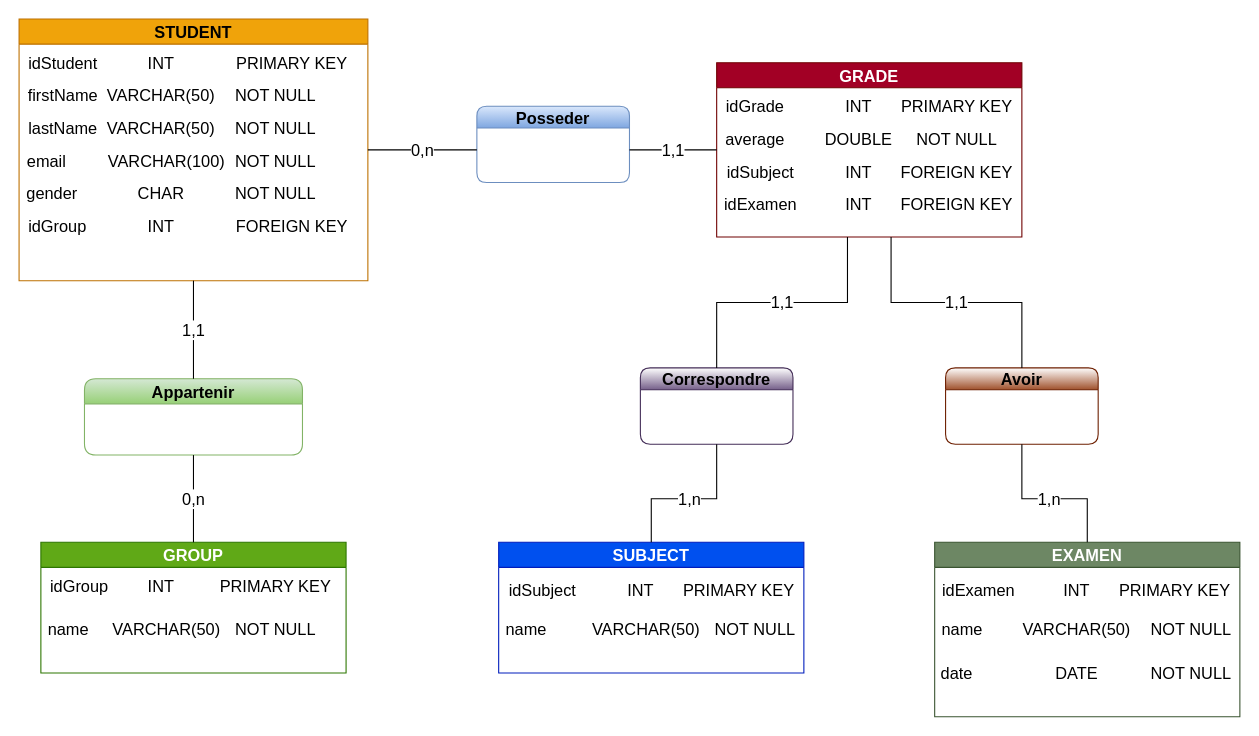
This is image/Base.drawio from Daris02/SpringProject, a draw.io file, before an edit. Source tidied: cells renumbered, new cells numbered last; positions are measured from the earlier drawing's top-left corner, leaving out a move shared by most shapes. Both pictures are drawn from the tidied source at 109%, with x=0, y=0 at pixel (19, 19).
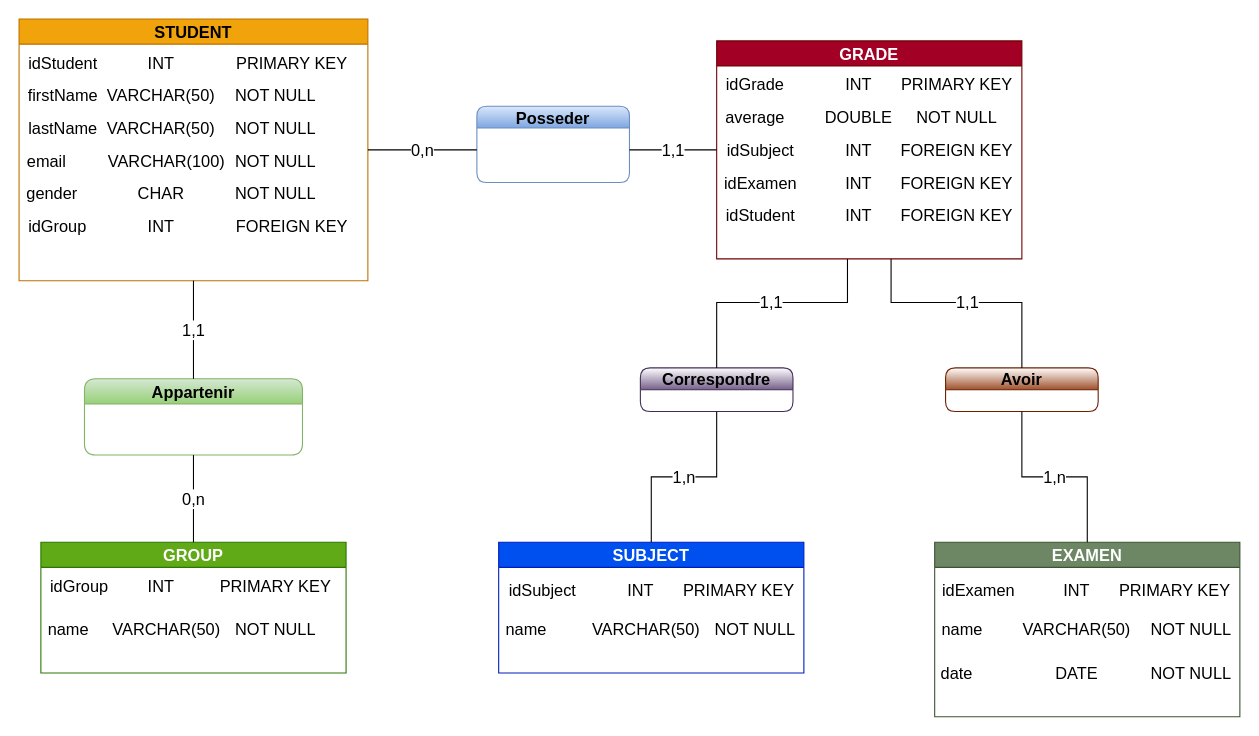
After the change.

The change refers to these unchanged cells:
```xml
<mxCell id="32" value="idSubject" style="text;html=1;align=center;verticalAlign=middle;points=[];strokeColor=none;fillColor=none;fontSize=15;" parent="29" vertex="1">
  <mxGeometry y="90" width="80" height="20" as="geometry" />
</mxCell>
<mxCell id="42" value="SUBJECT" style="swimlane;rounded=0;fontSize=15;fillColor=#0050ef;fontColor=#ffffff;strokeColor=#001DBC;" parent="1" vertex="1">
  <mxGeometry x="440" y="480" width="280" height="120" as="geometry" />
</mxCell>
<mxCell id="49" value="EXAMEN" style="swimlane;rounded=0;fontSize=15;fillColor=#6d8764;fontColor=#ffffff;strokeColor=#3A5431;" parent="1" vertex="1">
  <mxGeometry x="840" y="480" width="280" height="160" as="geometry" />
</mxCell>
```

The edit, as a diff of the source:
```diff
@@
-<mxGraphModel background="#ffffff">
+<mxGraphModel>
@@
     <mxCell id="29" value="GRADE" style="swimlane;rounded=0;fontSize=15;fillColor=#a20025;fontColor=#ffffff;strokeColor=#6F0000;" parent="1" vertex="1">
-      <mxGeometry x="640" y="40" width="280" height="160" as="geometry" />
+      <mxGeometry x="640" y="20" width="280" height="200" as="geometry" />
     </mxCell>
@@
+    <mxCell id="70" value="idStudent" style="text;html=1;align=center;verticalAlign=middle;strokeColor=none;fillColor=none;fontSize=15;" parent="29" vertex="1">
+      <mxGeometry y="150" width="80" height="20" as="geometry" />
+    </mxCell>
+    <mxCell id="71" value="INT" style="text;html=1;align=center;verticalAlign=middle;strokeColor=none;fillColor=none;fontSize=15;" parent="29" vertex="1">
+      <mxGeometry x="110" y="150" width="40" height="20" as="geometry" />
+    </mxCell>
+    <mxCell id="72" value="FOREIGN KEY" style="text;html=1;align=center;verticalAlign=middle;strokeColor=none;fillColor=none;fontSize=15;" parent="29" vertex="1">
+      <mxGeometry x="160" y="150" width="120" height="20" as="geometry" />
+    </mxCell>
@@
     <mxCell id="60" value="Correspondre" style="swimlane;fontSize=15;rounded=1;startSize=20;fillColor=#76608a;strokeColor=#432D57;fontColor=#000000;gradientColor=#ffffff;gradientDirection=north;" parent="1" vertex="1">
-      <mxGeometry x="570" y="320" width="140" height="70" as="geometry" />
+      <mxGeometry x="570" y="320" width="140" height="40" as="geometry" />
     </mxCell>
     <mxCell id="61" value="Avoir" style="swimlane;fontSize=15;rounded=1;startSize=20;fillColor=#a0522d;fontColor=#000000;strokeColor=#6D1F00;gradientColor=#ffffff;gradientDirection=north;" parent="1" vertex="1">
-      <mxGeometry x="850" y="320" width="140" height="70" as="geometry" />
+      <mxGeometry x="850" y="320" width="140" height="40" as="geometry" />
     </mxCell>
-    <mxCell id="62" value="1,1" style="endArrow=none;html=1;fontSize=15;entryX=0;entryY=0.5;entryDx=0;entryDy=0;" parent="1" edge="1" target="29">
+    <mxCell id="62" value="1,1" style="endArrow=none;html=1;fontSize=15;" parent="1" edge="1" target="32">
       <mxGeometry relative="1" as="geometry">
         <mxPoint x="560" y="120" as="sourcePoint" />
       </mxGeometry>
     </mxCell>
@@
-    <mxCell id="66" value="1,n" style="endArrow=none;html=1;fontSize=15;entryX=0.5;entryY=0;entryDx=0;entryDy=0;edgeStyle=orthogonalEdgeStyle;rounded=0;" parent="1" edge="1" target="42">
+    <mxCell id="66" value="1,n" style="endArrow=none;html=1;fontSize=15;entryX=0.5;entryY=0;entryDx=0;entryDy=0;edgeStyle=orthogonalEdgeStyle;rounded=0;exitX=0.5;exitY=1;exitDx=0;exitDy=0;" parent="1" edge="1" source="60" target="42">
       <mxGeometry relative="1" as="geometry">
-        <mxPoint x="640" y="390" as="sourcePoint" />
         <Array as="points">
-          <mxPoint x="640" y="440" />
-          <mxPoint x="580" y="440" />
+          <mxPoint x="640" y="420" />
+          <mxPoint x="580" y="420" />
         </Array>
       </mxGeometry>
     </mxCell>
     <mxCell id="67" value="1,1" style="endArrow=none;html=1;fontSize=15;edgeStyle=orthogonalEdgeStyle;rounded=0;entryX=0.5;entryY=0;entryDx=0;entryDy=0;" parent="1" edge="1" target="60">
       <mxGeometry relative="1" as="geometry">
-        <mxPoint x="760" y="200" as="sourcePoint" />
+        <mxPoint x="760" y="220" as="sourcePoint" />
         <Array as="points">
           <mxPoint x="760" y="260" />
           <mxPoint x="640" y="260" />
         </Array>
       </mxGeometry>
     </mxCell>
     <mxCell id="68" value="1,1" style="endArrow=none;html=1;fontSize=15;entryX=0.5;entryY=0;entryDx=0;entryDy=0;edgeStyle=orthogonalEdgeStyle;rounded=0;" parent="1" edge="1" target="61">
       <mxGeometry relative="1" as="geometry">
-        <mxPoint x="800" y="200" as="sourcePoint" />
+        <mxPoint x="800" y="220" as="sourcePoint" />
         <Array as="points">
           <mxPoint x="800" y="260" />
           <mxPoint x="920" y="260" />
         </Array>
       </mxGeometry>
     </mxCell>
     <mxCell id="69" value="1,n" style="endArrow=none;html=1;fontSize=15;entryX=0.5;entryY=0;entryDx=0;entryDy=0;exitX=0.5;exitY=1;exitDx=0;exitDy=0;edgeStyle=orthogonalEdgeStyle;rounded=0;" parent="1" edge="1" source="61" target="49">
       <mxGeometry relative="1" as="geometry">
         <Array as="points">
-          <mxPoint x="920" y="440" />
-          <mxPoint x="980" y="440" />
+          <mxPoint x="920" y="420" />
+          <mxPoint x="980" y="420" />
         </Array>
       </mxGeometry>
     </mxCell>
```
